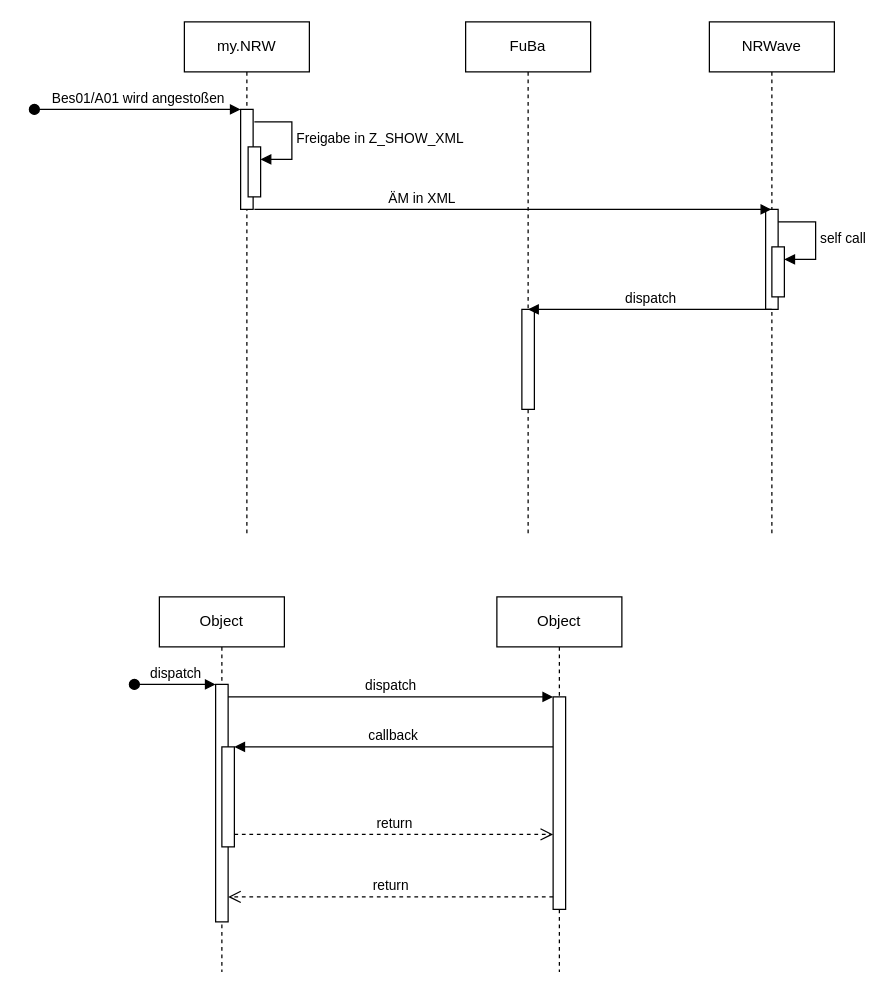
Above: Rückmeldung LBV PersNr.drawio in Fa8io/Sequenzdiagramm (draw.io), before the change. Source tidied: cells renumbered, new cells numbered last; positions are measured from the earlier drawing's top-left corner, leaving out a move shared by most shapes. Both pictures are drawn from the tidied source at 125%, with x=0, y=0 at pixel (34, 21).
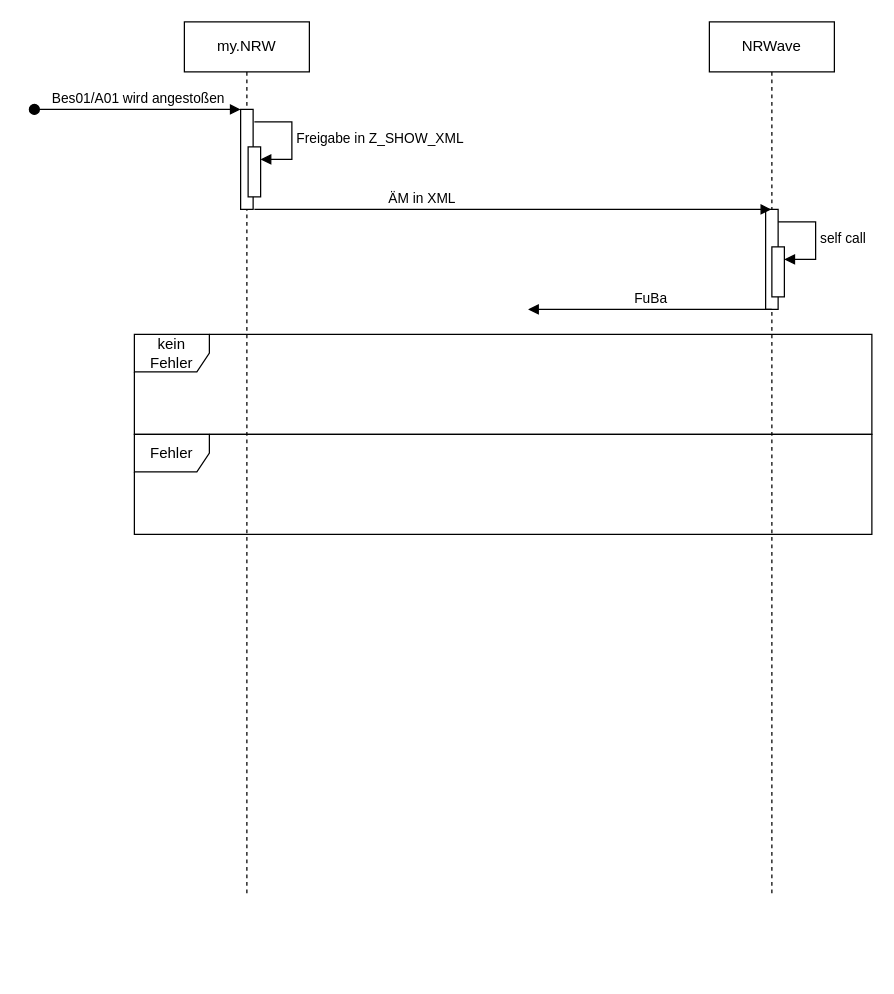
Above is the later version.

Diff of the diagram source:
```diff
@@
-    <mxCell id="2" value="Object" style="shape=umlLifeline;perimeter=lifelinePerimeter;whiteSpace=wrap;html=1;newEdgeStyle={&quot;edgeStyle&quot;:&quot;elbowEdgeStyle&quot;,&quot;elbow&quot;:&quot;vertical&quot;,&quot;curved&quot;:0,&quot;rounded&quot;:0};" parent="1" vertex="1">
-      <mxGeometry x="100" y="460" width="100" height="300" as="geometry" />
-    </mxCell>
-    <mxCell id="3" style="html=1;points=[];perimeter=orthogonalPerimeter;outlineConnect=0;targetShapes=umlLifeline;portConstraint=eastwest;newEdgeStyle={&quot;edgeStyle&quot;:&quot;elbowEdgeStyle&quot;,&quot;elbow&quot;:&quot;vertical&quot;,&quot;curved&quot;:0,&quot;rounded&quot;:0};" parent="2" vertex="1">
-      <mxGeometry x="45" y="70" width="10" height="190" as="geometry" />
-    </mxCell>
-    <mxCell id="4" value="dispatch" style="html=1;verticalAlign=bottom;startArrow=oval;endArrow=block;startSize=8;edgeStyle=elbowEdgeStyle;elbow=vertical;curved=0;rounded=0;" parent="2" edge="1" target="3">
-      <mxGeometry relative="1" as="geometry">
-        <mxPoint x="-20" y="70" as="sourcePoint" />
-      </mxGeometry>
-    </mxCell>
-    <mxCell id="5" style="html=1;points=[];perimeter=orthogonalPerimeter;outlineConnect=0;targetShapes=umlLifeline;portConstraint=eastwest;newEdgeStyle={&quot;edgeStyle&quot;:&quot;elbowEdgeStyle&quot;,&quot;elbow&quot;:&quot;vertical&quot;,&quot;curved&quot;:0,&quot;rounded&quot;:0};" parent="2" vertex="1">
-      <mxGeometry x="50" y="120" width="10" height="80" as="geometry" />
-    </mxCell>
-    <mxCell id="6" value="Object" style="shape=umlLifeline;perimeter=lifelinePerimeter;whiteSpace=wrap;html=1;newEdgeStyle={&quot;edgeStyle&quot;:&quot;elbowEdgeStyle&quot;,&quot;elbow&quot;:&quot;vertical&quot;,&quot;curved&quot;:0,&quot;rounded&quot;:0};" parent="1" vertex="1">
-      <mxGeometry x="370" y="460" width="100" height="300" as="geometry" />
-    </mxCell>
-    <mxCell id="7" style="html=1;points=[];perimeter=orthogonalPerimeter;outlineConnect=0;targetShapes=umlLifeline;portConstraint=eastwest;newEdgeStyle={&quot;edgeStyle&quot;:&quot;elbowEdgeStyle&quot;,&quot;elbow&quot;:&quot;vertical&quot;,&quot;curved&quot;:0,&quot;rounded&quot;:0};" parent="6" vertex="1">
-      <mxGeometry x="45" y="80" width="10" height="170" as="geometry" />
-    </mxCell>
-    <mxCell id="8" value="dispatch" style="html=1;verticalAlign=bottom;endArrow=block;edgeStyle=elbowEdgeStyle;elbow=vertical;curved=0;rounded=0;" parent="1" edge="1" source="3" target="7">
-      <mxGeometry relative="1" as="geometry">
-        <Array as="points">
-          <mxPoint x="240" y="540" />
-        </Array>
-      </mxGeometry>
-    </mxCell>
-    <mxCell id="9" value="return" style="html=1;verticalAlign=bottom;endArrow=open;dashed=1;endSize=8;edgeStyle=elbowEdgeStyle;elbow=vertical;curved=0;rounded=0;" parent="1" edge="1" source="7" target="3">
-      <mxGeometry relative="1" as="geometry">
-        <Array as="points">
-          <mxPoint x="250" y="700" />
-        </Array>
-      </mxGeometry>
-    </mxCell>
-    <mxCell id="10" value="callback" style="html=1;verticalAlign=bottom;endArrow=block;edgeStyle=elbowEdgeStyle;elbow=vertical;curved=0;rounded=0;" parent="1" edge="1" source="7" target="5">
-      <mxGeometry relative="1" as="geometry">
-        <Array as="points">
-          <mxPoint x="250" y="580" />
-        </Array>
-      </mxGeometry>
-    </mxCell>
-    <mxCell id="11" value="return" style="html=1;verticalAlign=bottom;endArrow=open;dashed=1;endSize=8;edgeStyle=elbowEdgeStyle;elbow=vertical;curved=0;rounded=0;" parent="1" edge="1" source="5" target="7">
-      <mxGeometry relative="1" as="geometry">
-        <Array as="points">
-          <mxPoint x="240" y="650" />
-        </Array>
-      </mxGeometry>
-    </mxCell>
     <mxCell id="12" value="my.NRW" style="shape=umlLifeline;perimeter=lifelinePerimeter;whiteSpace=wrap;html=1;newEdgeStyle={&quot;edgeStyle&quot;:&quot;elbowEdgeStyle&quot;,&quot;elbow&quot;:&quot;vertical&quot;,&quot;curved&quot;:0,&quot;rounded&quot;:0};" parent="1" vertex="1">
-      <mxGeometry x="120" width="100" height="410" as="geometry" />
+      <mxGeometry x="120" width="100" height="700" as="geometry" />
     </mxCell>
@@
     <mxCell id="17" value="NRWave" style="shape=umlLifeline;perimeter=lifelinePerimeter;whiteSpace=wrap;html=1;outlineConnect=0;portConstraint=eastwest;newEdgeStyle={&quot;edgeStyle&quot;:&quot;elbowEdgeStyle&quot;,&quot;elbow&quot;:&quot;vertical&quot;,&quot;curved&quot;:0,&quot;rounded&quot;:0};" parent="1" vertex="1">
-      <mxGeometry x="540" width="100" height="410" as="geometry" />
+      <mxGeometry x="540" width="100" height="700" as="geometry" />
     </mxCell>
@@
-    <mxCell id="22" value="FuBa" style="shape=umlLifeline;perimeter=lifelinePerimeter;whiteSpace=wrap;html=1;newEdgeStyle={&quot;curved&quot;:0,&quot;rounded&quot;:0};" parent="1" vertex="1">
-      <mxGeometry x="345" width="100" height="410" as="geometry" />
-    </mxCell>
-    <mxCell id="23" style="html=1;perimeter=orthogonalPerimeter;targetShapes=umlLifeline;newEdgeStyle={&quot;curved&quot;:0,&quot;rounded&quot;:0};" parent="22" vertex="1">
-      <mxGeometry x="45" y="230" width="10" height="80" as="geometry" />
-    </mxCell>
-    <mxCell id="24" value="dispatch" style="html=1;verticalAlign=bottom;endArrow=block;curved=0;rounded=0;entryX=0.496;entryY=0.763;entryDx=0;entryDy=0;entryPerimeter=0;" parent="1" edge="1">
+    <mxCell id="24" value="FuBa" style="html=1;verticalAlign=bottom;endArrow=block;curved=0;rounded=0;entryX=0.496;entryY=0.763;entryDx=0;entryDy=0;entryPerimeter=0;" parent="1" edge="1">
       <mxGeometry relative="1" as="geometry">
         <mxPoint x="589.9" y="230" as="sourcePoint" />
         <mxPoint x="395" y="230" as="targetPoint" />
       </mxGeometry>
     </mxCell>
+    <mxCell id="25" value="kein Fehler" style="shape=umlFrame;whiteSpace=wrap;html=1;" parent="1" vertex="1">
+      <mxGeometry x="80" y="250" width="590" height="80" as="geometry" />
+    </mxCell>
+    <mxCell id="26" value="Fehler" style="shape=umlFrame;whiteSpace=wrap;html=1;" parent="1" vertex="1">
+      <mxGeometry x="80" y="330" width="590" height="80" as="geometry" />
+    </mxCell>
```
